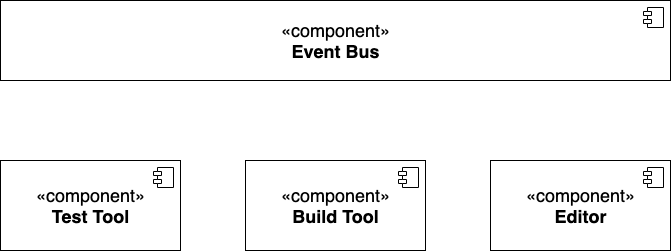
This is Architectural styles/Implicit Invocation Systems/EventBasedComponentDiagram.png from smitbmx/Architecture-Diagrams, a draw.io export, as it was before one commit. Source tidied: cells renumbered, new cells last; positions are measured from the earlier drawing's top-left corner, leaving out a move shared by most shapes.
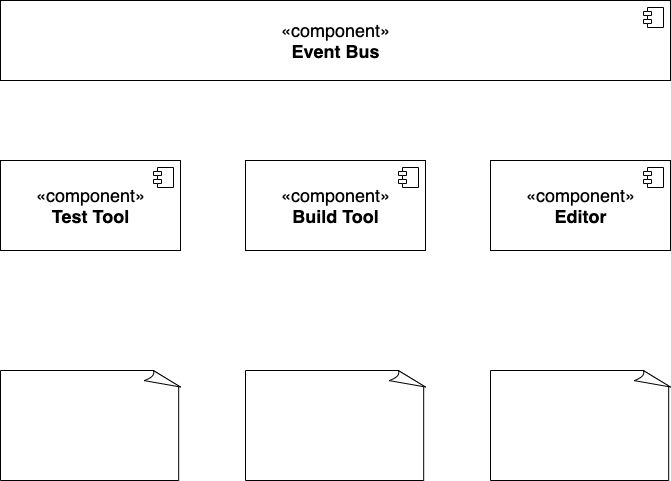
After the commit.

What changed in the source:
```diff
@@ -34,5 +34,14 @@
         <mxPoint x="-27" y="7" as="offset" />
       </mxGeometry>
     </mxCell>
+    <mxCell id="10" style="whiteSpace=wrap;html=1;shape=mxgraph.basic.document;fontSize=18;" parent="1" vertex="1">
+      <mxGeometry y="370" width="180" height="110" as="geometry" />
+    </mxCell>
+    <mxCell id="11" style="whiteSpace=wrap;html=1;shape=mxgraph.basic.document;fontSize=18;" parent="1" vertex="1">
+      <mxGeometry x="245" y="370" width="180" height="110" as="geometry" />
+    </mxCell>
+    <mxCell id="12" style="whiteSpace=wrap;html=1;shape=mxgraph.basic.document;fontSize=18;" parent="1" vertex="1">
+      <mxGeometry x="490" y="370" width="180" height="110" as="geometry" />
+    </mxCell>
   </root>
 </mxGraphModel>
```
